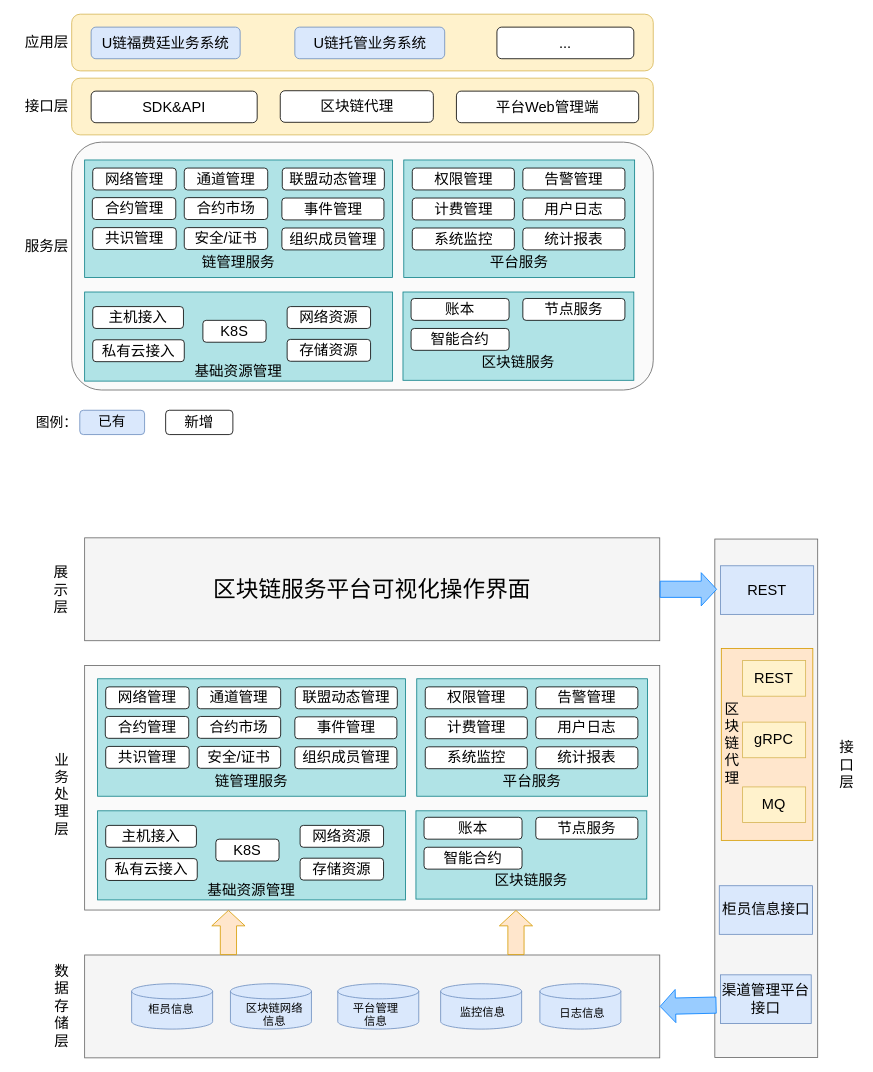
dilide/collections keeps this draw.io diagram as repository/drawio/postb/业务功能架构图1.drawio. Above is the earlier version. Source tidied: cells renumbered, new cells numbered last; positions are measured from the earlier drawing's top-left corner, leaving out a move shared by most shapes. Both pictures are drawn from the tidied source at 81%, with x=0, y=0 at pixel (14, 14).
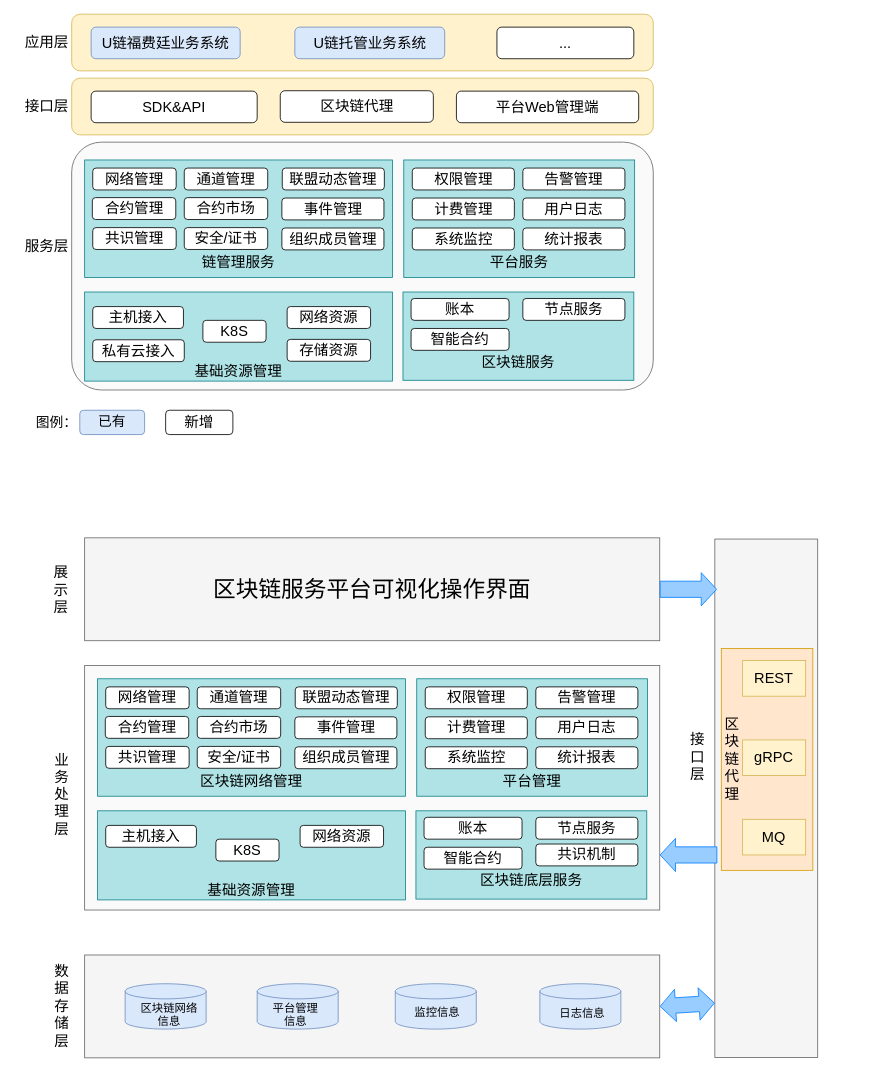
Above is the later version.

Commit message:
Update 业务功能架构图1.drawio

Unchanged cells that the change refers to:
```xml
<mxCell id="44" style="rounded=0;whiteSpace=wrap;html=1;fontSize=18;fillColor=#f5f5f5;strokeColor=#666666;glass=0;shadow=0;comic=0;arcSize=12;fillOpacity=50;fontColor=#333333;" parent="1" vertex="1">
  <mxGeometry x="87" y="804" width="710" height="302" as="geometry" />
</mxCell>
<mxCell id="72" style="rounded=0;whiteSpace=wrap;html=1;strokeColor=#666666;fillColor=#F5F5F5;" parent="1" vertex="1">
  <mxGeometry x="87" y="1161.5" width="710" height="127" as="geometry" />
</mxCell>
<mxCell id="73" style="rounded=0;whiteSpace=wrap;html=1;strokeColor=#666666;fillColor=#F5F5F5;direction=south;" parent="1" vertex="1">
  <mxGeometry x="865" y="648" width="127" height="640" as="geometry" />
</mxCell>
```

The edit, as a diff of the source:
```diff
@@
-    <mxCell id="45" value="&lt;br&gt;&lt;br&gt;&lt;br&gt;&lt;br&gt;&lt;br&gt;链管理服务&lt;br&gt;" style="rounded=0;whiteSpace=wrap;html=1;shadow=0;glass=0;comic=0;fontSize=18;fillColor=#b0e3e6;strokeColor=#0e8088;" parent="1" vertex="1">
+    <mxCell id="45" value="&lt;br&gt;&lt;br&gt;&lt;br&gt;&lt;br&gt;&lt;br&gt;区块链网络管理" style="rounded=0;whiteSpace=wrap;html=1;shadow=0;glass=0;comic=0;fontSize=18;fillColor=#b0e3e6;strokeColor=#0e8088;" parent="1" vertex="1">
       <mxGeometry x="103" y="820.5" width="380" height="145" as="geometry" />
     </mxCell>
@@
-    <mxCell id="52" value="&lt;br&gt;&lt;br&gt;&lt;br&gt;&lt;br&gt;&lt;br&gt;平台服务&lt;br&gt;" style="rounded=0;whiteSpace=wrap;html=1;shadow=0;glass=0;comic=0;fontSize=18;fillColor=#b0e3e6;strokeColor=#0e8088;" parent="1" vertex="1">
+    <mxCell id="52" value="&lt;br&gt;&lt;br&gt;&lt;br&gt;&lt;br&gt;&lt;br&gt;平台管理" style="rounded=0;whiteSpace=wrap;html=1;shadow=0;glass=0;comic=0;fontSize=18;fillColor=#b0e3e6;strokeColor=#0e8088;" parent="1" vertex="1">
       <mxGeometry x="497" y="820.5" width="285" height="145" as="geometry" />
     </mxCell>
@@
-    <mxCell id="59" value="&lt;br&gt;&lt;br&gt;&lt;br&gt;区块链服务&lt;br&gt;" style="rounded=0;whiteSpace=wrap;html=1;shadow=0;glass=0;comic=0;fontSize=18;fillColor=#b0e3e6;strokeColor=#0e8088;" parent="1" vertex="1">
+    <mxCell id="59" value="&lt;br&gt;&lt;br&gt;&lt;br&gt;区块链底层服务" style="rounded=0;whiteSpace=wrap;html=1;shadow=0;glass=0;comic=0;fontSize=18;fillColor=#b0e3e6;strokeColor=#0e8088;" parent="1" vertex="1">
       <mxGeometry x="496" y="983.5" width="285" height="109" as="geometry" />
     </mxCell>
@@
-    <mxCell id="68" value="私有云接入" style="rounded=1;whiteSpace=wrap;html=1;shadow=0;glass=0;comic=0;fontSize=18;" parent="1" vertex="1">
-      <mxGeometry x="113" y="1042.5" width="113" height="27" as="geometry" />
-    </mxCell>
@@
-    <mxCell id="70" value="存储资源" style="rounded=1;whiteSpace=wrap;html=1;shadow=0;glass=0;comic=0;fontSize=18;" parent="1" vertex="1">
-      <mxGeometry x="353" y="1042" width="103" height="27" as="geometry" />
-    </mxCell>
@@
-    <mxCell id="74" style="shape=flexArrow;endArrow=classic;html=1;entryX=0.25;entryY=1;entryDx=0;entryDy=0;exitX=0.25;exitY=0;exitDx=0;exitDy=0;width=20;fillColor=#ffe6cc;strokeColor=#d79b00;" parent="1" edge="1" source="72" target="44">
-      <mxGeometry relative="1" as="geometry" />
-    </mxCell>
-    <mxCell id="75" style="shape=flexArrow;endArrow=classic;html=1;entryX=0.75;entryY=1;entryDx=0;entryDy=0;exitX=0.75;exitY=0;exitDx=0;exitDy=0;width=20;fillColor=#ffe6cc;strokeColor=#d79b00;" parent="1" edge="1" source="72" target="44">
-      <mxGeometry relative="1" as="geometry" />
-    </mxCell>
@@
     <mxCell id="77" style="strokeWidth=1;html=1;shape=mxgraph.flowchart.database;whiteSpace=wrap;rounded=0;fillColor=#dae8fc;fontSize=20;strokeColor=#6c8ebf;" parent="1" vertex="1">
-      <mxGeometry x="267" y="1197" width="100" height="56" as="geometry" />
+      <mxGeometry x="137" y="1197" width="100" height="56" as="geometry" />
     </mxCell>
     <mxCell id="78" value="区块链网络&lt;br&gt;信息" style="text;html=1;align=center;verticalAlign=top;spacingTop=-4;fontSize=14;" parent="1" vertex="1">
-      <mxGeometry x="280.5" y="1216" width="80" height="34" as="geometry" />
+      <mxGeometry x="150.5" y="1216" width="80" height="34" as="geometry" />
     </mxCell>
-    <mxCell id="79" style="strokeWidth=1;html=1;shape=mxgraph.flowchart.database;whiteSpace=wrap;rounded=0;fillColor=#dae8fc;fontSize=20;strokeColor=#6c8ebf;" parent="1" vertex="1">
-      <mxGeometry x="145" y="1197" width="100" height="56" as="geometry" />
-    </mxCell>
-    <mxCell id="80" value="柜员信息" style="text;html=1;align=left;verticalAlign=top;spacingTop=-4;fontSize=14;" parent="1" vertex="1">
-      <mxGeometry x="164" y="1218" width="90" height="24" as="geometry" />
-    </mxCell>
     <mxCell id="81" style="strokeWidth=1;html=1;shape=mxgraph.flowchart.database;whiteSpace=wrap;rounded=0;fillColor=#dae8fc;fontSize=20;strokeColor=#6c8ebf;" parent="1" vertex="1">
-      <mxGeometry x="399.5" y="1197" width="100" height="56" as="geometry" />
+      <mxGeometry x="300" y="1197" width="100" height="56" as="geometry" />
     </mxCell>
     <mxCell id="82" value="平台管理&lt;br&gt;信息" style="text;html=1;align=center;verticalAlign=top;spacingTop=-4;fontSize=14;" parent="1" vertex="1">
-      <mxGeometry x="413" y="1216" width="66" height="34" as="geometry" />
+      <mxGeometry x="313.5" y="1216" width="66" height="34" as="geometry" />
     </mxCell>
     <mxCell id="83" style="strokeWidth=1;html=1;shape=mxgraph.flowchart.database;whiteSpace=wrap;rounded=0;fillColor=#dae8fc;fontSize=20;strokeColor=#6c8ebf;" parent="1" vertex="1">
-      <mxGeometry x="526.5" y="1197" width="100" height="56" as="geometry" />
+      <mxGeometry x="470.5" y="1197" width="100" height="56" as="geometry" />
     </mxCell>
     <mxCell id="84" value="监控信息" style="text;html=1;align=center;verticalAlign=top;spacingTop=-4;fontSize=14;" parent="1" vertex="1">
-      <mxGeometry x="545" y="1221" width="66" height="17" as="geometry" />
+      <mxGeometry x="489" y="1221" width="66" height="17" as="geometry" />
     </mxCell>
@@
     <mxCell id="90" value="接口层" style="rounded=0;whiteSpace=wrap;html=1;strokeWidth=1;fontSize=18;align=center;strokeColor=none;" parent="1" vertex="1">
-      <mxGeometry x="1012" y="864.5" width="32" height="127" as="geometry" />
+      <mxGeometry x="828" y="854" width="32" height="127" as="geometry" />
     </mxCell>
-    <mxCell id="91" value="渠道管理平台接口" style="rounded=0;whiteSpace=wrap;html=1;strokeColor=#6c8ebf;strokeWidth=1;fillColor=#dae8fc;fontSize=18;align=center;" parent="1" vertex="1">
-      <mxGeometry x="872" y="1186" width="112" height="60" as="geometry" />
-    </mxCell>
-    <mxCell id="92" value="柜员信息接口" style="rounded=0;whiteSpace=wrap;html=1;strokeColor=#6c8ebf;strokeWidth=1;fillColor=#dae8fc;fontSize=18;align=center;" parent="1" vertex="1">
-      <mxGeometry x="870.5" y="1076" width="115" height="60" as="geometry" />
-    </mxCell>
-    <mxCell id="93" style="shape=flexArrow;endArrow=classic;html=1;strokeColor=#007FFF;fillColor=#99CCFF;fontSize=18;entryX=1;entryY=0.5;entryDx=0;entryDy=0;exitX=0.899;exitY=0.984;exitDx=0;exitDy=0;exitPerimeter=0;width=20;" parent="1" edge="1" source="73" target="72">
-      <mxGeometry relative="1" as="geometry" />
-    </mxCell>
@@
     <mxCell id="95" style="rounded=0;whiteSpace=wrap;html=1;strokeColor=#d79b00;strokeWidth=1;fillColor=#ffe6cc;fontSize=18;align=center;" parent="1" vertex="1">
-      <mxGeometry x="873" y="783" width="113" height="237" as="geometry" />
+      <mxGeometry x="873" y="783" width="113" height="274" as="geometry" />
     </mxCell>
     <mxCell id="96" value="区块链代理" style="rounded=0;whiteSpace=wrap;html=1;strokeWidth=1;fontSize=18;align=center;strokeColor=none;fillColor=none;" parent="1" vertex="1">
-      <mxGeometry x="873" y="789" width="27" height="224" as="geometry" />
+      <mxGeometry x="873" y="808" width="27" height="224" as="geometry" />
     </mxCell>
@@
     <mxCell id="98" value="gRPC" style="rounded=0;whiteSpace=wrap;html=1;strokeColor=#d6b656;strokeWidth=1;fillColor=#fff2cc;fontSize=18;align=center;" parent="1" vertex="1">
-      <mxGeometry x="899.3" y="874" width="77.8" height="44" as="geometry" />
+      <mxGeometry x="899.3" y="896" width="77.8" height="44" as="geometry" />
     </mxCell>
     <mxCell id="99" value="MQ" style="rounded=0;whiteSpace=wrap;html=1;strokeColor=#d6b656;strokeWidth=1;fillColor=#fff2cc;fontSize=18;align=center;" parent="1" vertex="1">
-      <mxGeometry x="899.3" y="954" width="77.8" height="44" as="geometry" />
+      <mxGeometry x="899.3" y="994" width="77.8" height="44" as="geometry" />
     </mxCell>
-    <mxCell id="100" value="REST" style="rounded=0;whiteSpace=wrap;html=1;strokeColor=#6c8ebf;strokeWidth=1;fillColor=#dae8fc;fontSize=18;align=center;" parent="1" vertex="1">
-      <mxGeometry x="872" y="681" width="115" height="60" as="geometry" />
-    </mxCell>
+    <mxCell id="101" value="共识机制" style="rounded=1;whiteSpace=wrap;html=1;shadow=0;glass=0;comic=0;fontSize=18;fillColor=#FFFFFF;strokeColor=#000000;" parent="1" vertex="1">
+      <mxGeometry x="644" y="1024.5" width="126" height="27" as="geometry" />
+    </mxCell>
+    <mxCell id="102" style="shape=flexArrow;endArrow=classic;startArrow=classic;html=1;exitX=1;exitY=0.5;exitDx=0;exitDy=0;entryX=0.895;entryY=1;entryDx=0;entryDy=0;entryPerimeter=0;width=19;fillColor=#99CCFF;strokeColor=#007FFF;" parent="1" edge="1" source="72" target="73">
+      <mxGeometry relative="1" as="geometry" />
+    </mxCell>
+    <mxCell id="103" style="shape=flexArrow;endArrow=classic;html=1;strokeColor=#007FFF;fillColor=#99CCFF;fontSize=18;width=20;" parent="1" edge="1">
+      <mxGeometry relative="1" as="geometry">
+        <mxPoint x="868" y="1038" as="sourcePoint" />
+        <mxPoint x="797" y="1038" as="targetPoint" />
+      </mxGeometry>
+    </mxCell>
```
